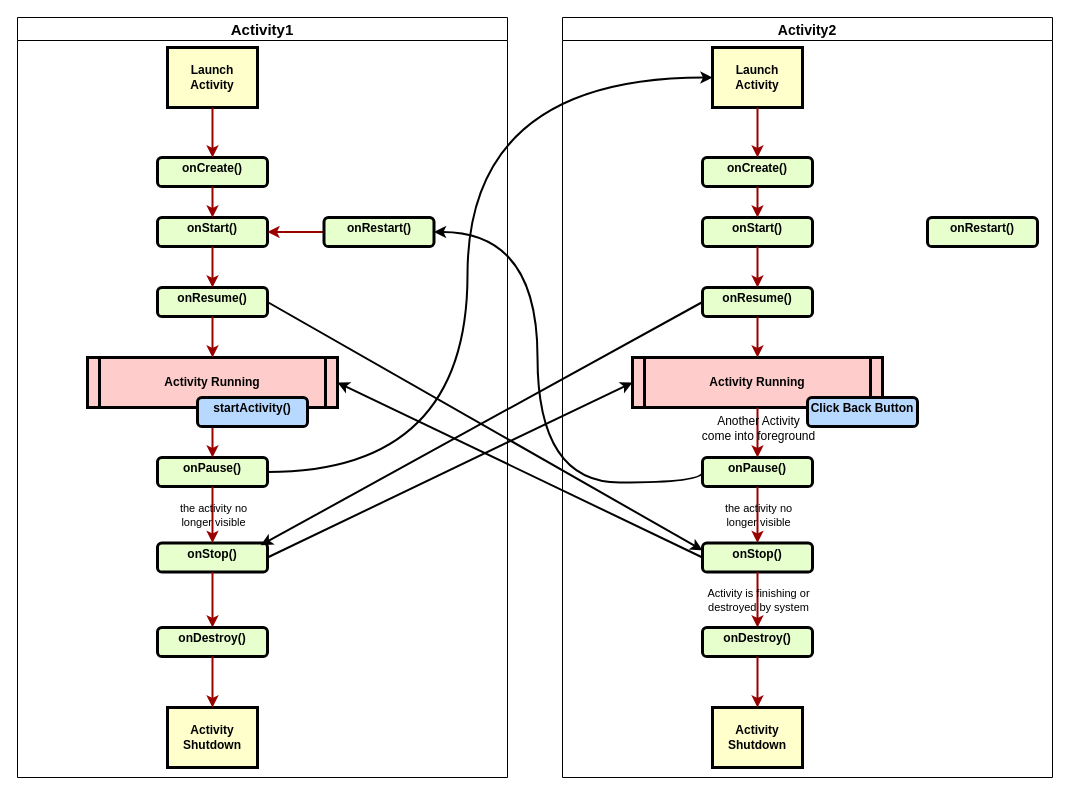
huiyeruzhou/MyDrawIo keeps this draw.io diagram as ActivityInteraction.drawio. Above is the earlier version. Source tidied: cells renumbered, new cells numbered last; positions are measured from the earlier drawing's top-left corner, leaving out a move shared by most shapes. Both pictures are drawn from the tidied source at 100%, with x=0, y=0 at pixel (17, 17).
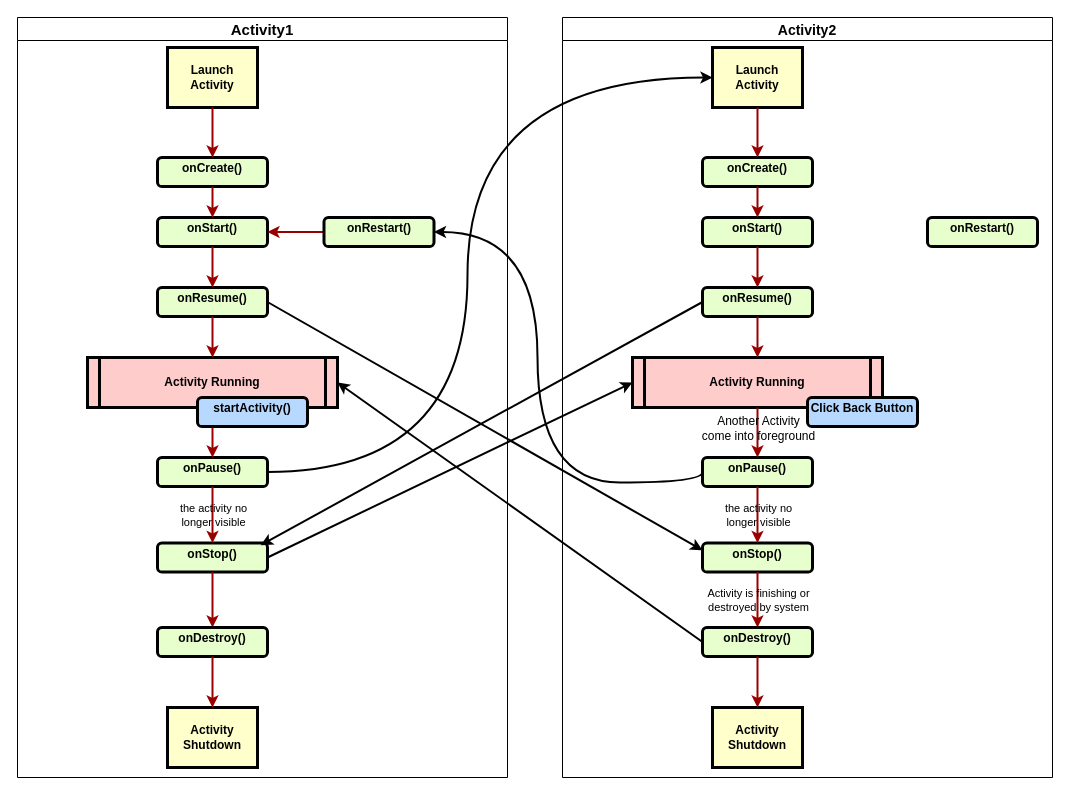
Above is the later version.

Commit message:
修复了第二个应用没有Destroy的错误

The change refers to these unchanged cells:
```xml
<mxCell id="4" value="Activity Running" style="shape=process;whiteSpace=wrap;align=center;verticalAlign=middle;size=0.0475;fontStyle=1;strokeWidth=3;fillColor=#FFCCCC;labelBackgroundColor=none;" parent="1" vertex="1">
  <mxGeometry x="70" y="340" width="250" height="50" as="geometry" />
</mxCell>
<mxCell id="37" value="&lt;p style=&quot;margin: 4px 0px 0px ; text-align: center&quot;&gt;onStop()&lt;/p&gt;&lt;p style=&quot;margin: 4px 0px 0px ; text-align: center&quot;&gt;&lt;br&gt;&lt;/p&gt;" style="verticalAlign=middle;align=center;overflow=fill;fontSize=12;fontFamily=Helvetica;html=1;rounded=1;fontStyle=1;strokeWidth=3;fillColor=#E6FFCC;labelBackgroundColor=none;" parent="1" vertex="1">
  <mxGeometry x="685" y="525.5" width="110" height="29" as="geometry" />
</mxCell>
<mxCell id="42" value="&lt;p style=&quot;margin: 4px 0px 0px ; text-align: center&quot;&gt;onDestroy()&lt;/p&gt;&lt;p style=&quot;margin: 4px 0px 0px ; text-align: center&quot;&gt;&lt;br&gt;&lt;/p&gt;" style="verticalAlign=middle;align=center;overflow=fill;fontSize=12;fontFamily=Helvetica;html=1;rounded=1;fontStyle=1;strokeWidth=3;fillColor=#E6FFCC;labelBackgroundColor=none;" parent="1" vertex="1">
  <mxGeometry x="685" y="610" width="110" height="29" as="geometry" />
</mxCell>
```

What changed in the source:
```diff
@@
-    <mxCell id="56" style="endArrow=classic;html=1;entryX=1;entryY=0.5;entryDx=0;entryDy=0;exitX=0;exitY=0.5;exitDx=0;exitDy=0;strokeWidth=2;" parent="1" edge="1" source="37" target="4">
-      <mxGeometry relative="1" as="geometry" />
-    </mxCell>
+    <mxCell id="57" style="endArrow=classic;html=1;entryX=1;entryY=0.5;entryDx=0;entryDy=0;exitX=0;exitY=0.5;exitDx=0;exitDy=0;strokeWidth=2;" parent="1" edge="1" source="42" target="4">
+      <mxGeometry relative="1" as="geometry" />
+    </mxCell>
```
